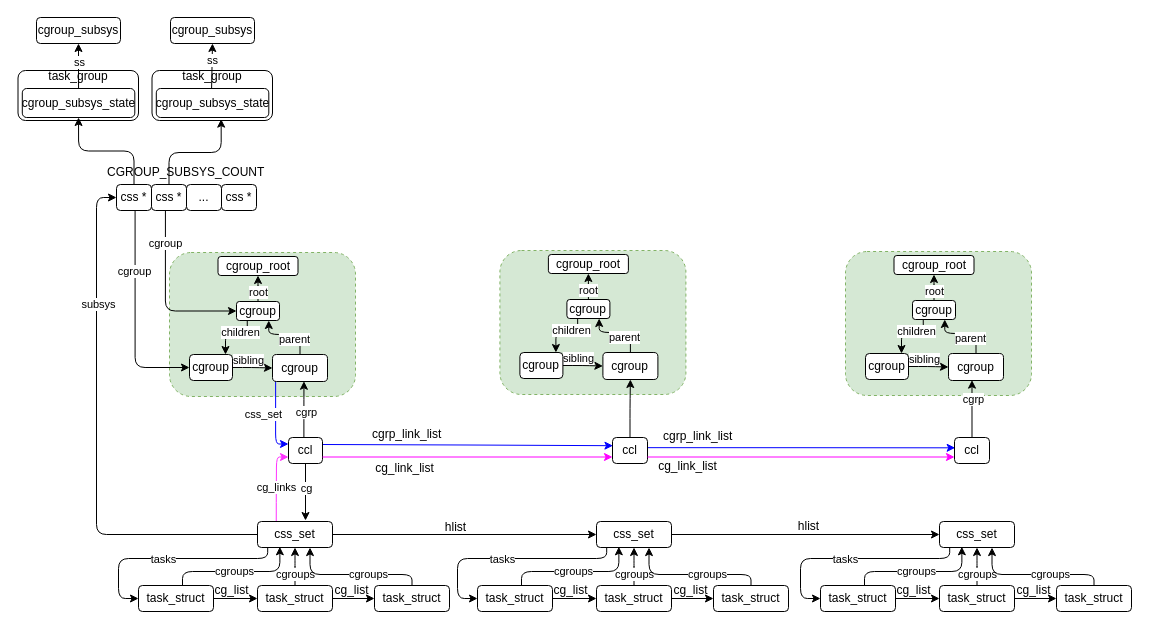
This is cgroup.drawio from jasonactions/graph, a draw.io file, before an edit. Source tidied: cells renumbered, new cells numbered last; positions are measured from the earlier drawing's top-left corner, leaving out a move shared by most shapes. Both pictures are drawn from the tidied source at 100%, with x=0, y=0 at pixel (17, 17).
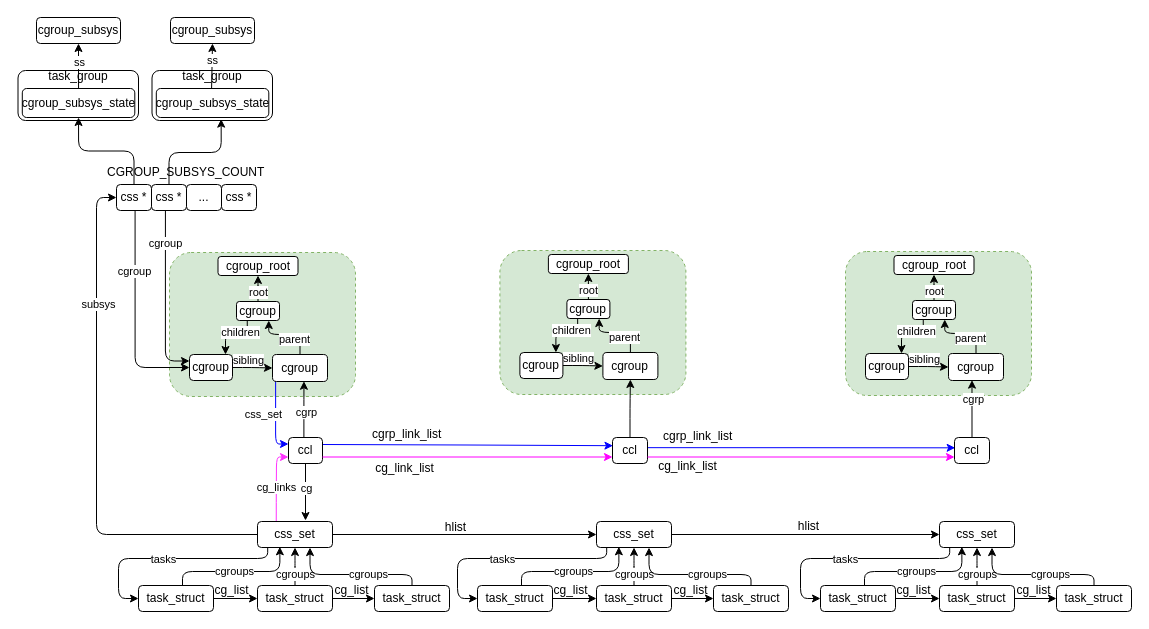
The same diagram, later.

Unchanged cells that the change refers to:
```xml
<mxCell id="31" value="css *" style="rounded=1;whiteSpace=wrap;html=1;" parent="1" vertex="1">
  <mxGeometry x="134" y="167" width="35" height="26" as="geometry" />
</mxCell>
<mxCell id="41" value="cgroup" style="rounded=1;whiteSpace=wrap;html=1;" parent="1" vertex="1">
  <mxGeometry x="172" y="337" width="43" height="26" as="geometry" />
</mxCell>
<mxCell id="46" value="cgroup" style="rounded=1;whiteSpace=wrap;html=1;" parent="1" vertex="1">
  <mxGeometry x="219" y="284" width="43" height="19" as="geometry" />
</mxCell>
```

Diff of the diagram source:
```diff
@@
-    <mxCell id="29" style="edgeStyle=orthogonalEdgeStyle;rounded=1;jettySize=auto;html=1;entryX=0;entryY=0.5;entryDx=0;entryDy=0;exitX=0.398;exitY=1.007;exitDx=0;exitDy=0;exitPerimeter=0;" parent="1" edge="1" source="31" target="46">
+    <mxCell id="29" style="edgeStyle=orthogonalEdgeStyle;rounded=1;jettySize=auto;html=1;entryX=0;entryY=0.25;entryDx=0;entryDy=0;exitX=0.398;exitY=1.007;exitDx=0;exitDy=0;exitPerimeter=0;" parent="1" edge="1" source="31" target="41">
       <mxGeometry relative="1" as="geometry" />
     </mxCell>
```
